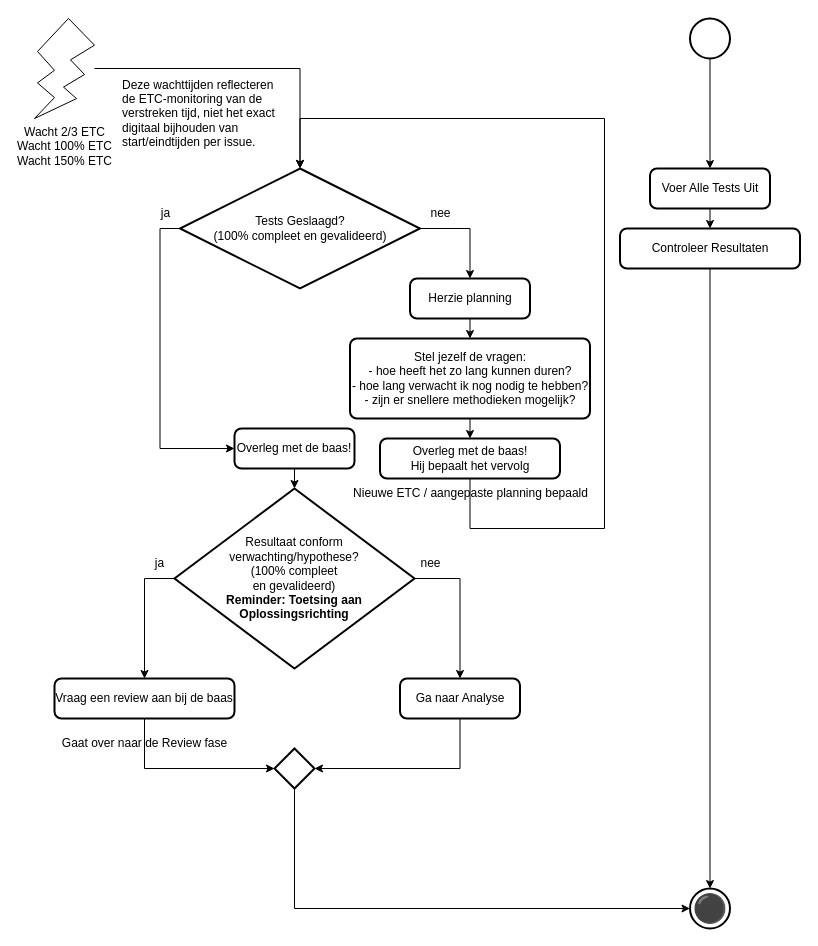
Zaibatsu89/IssueTracker keeps this draw.io diagram as 5 Issue Tracker test.drawio. Above is the earlier version. Source tidied: cells renumbered, new cells numbered last; positions are measured from the earlier drawing's top-left corner, leaving out a move shared by most shapes. Both pictures are drawn from the tidied source at 100%, with x=0, y=0 at pixel (34, 18).
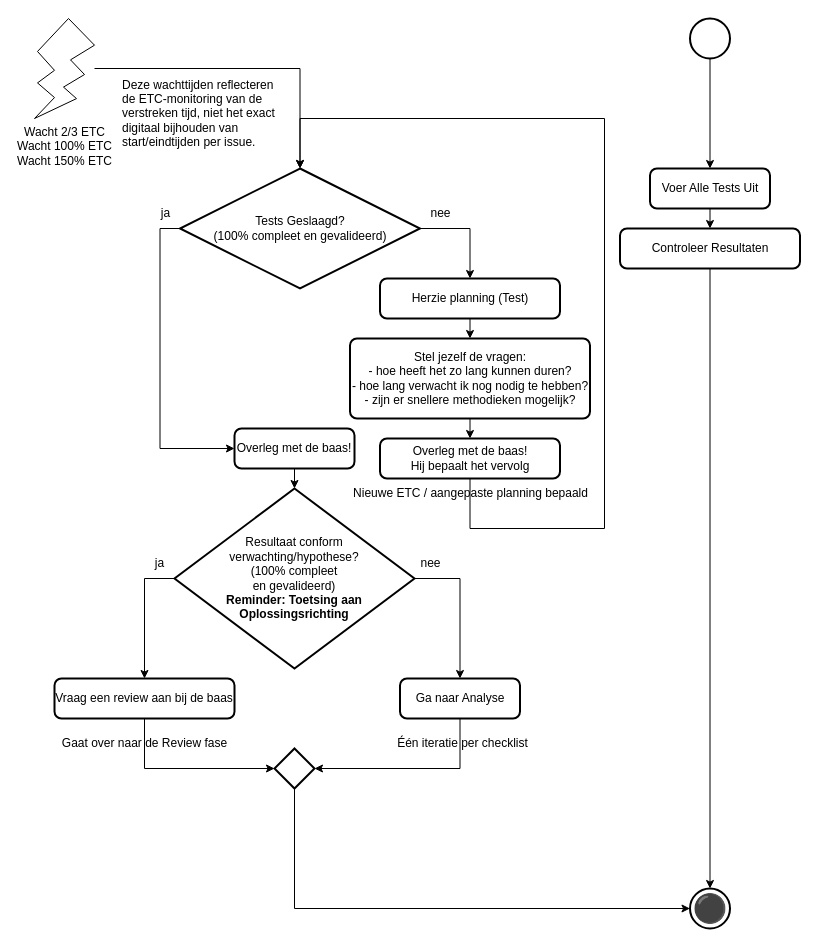
After the change.

Commit message (it also covers changes not shown here):
één iteratie per checklist in analyse van flowchart

Diff of the diagram source:
```diff
@@
-    <mxCell id="22" value="Herzie planning" style="rounded=1;whiteSpace=wrap;html=1;absoluteArcSize=1;arcSize=14;strokeWidth=2;" parent="1" vertex="1">
-      <mxGeometry x="375.5" y="260" width="120" height="40" as="geometry" />
+    <mxCell id="22" value="Herzie planning (Test)" style="rounded=1;whiteSpace=wrap;html=1;absoluteArcSize=1;arcSize=14;strokeWidth=2;" parent="1" vertex="1">
+      <mxGeometry x="345.5" y="260" width="180" height="40" as="geometry" />
     </mxCell>
@@
+    <mxCell id="38" value="Één iteratie per checklist" style="text;html=1;align=center;verticalAlign=middle;strokeColor=none;fillColor=none;" parent="1" vertex="1">
+      <mxGeometry x="347.5" y="710" width="160" height="30" as="geometry" />
+    </mxCell>
```
